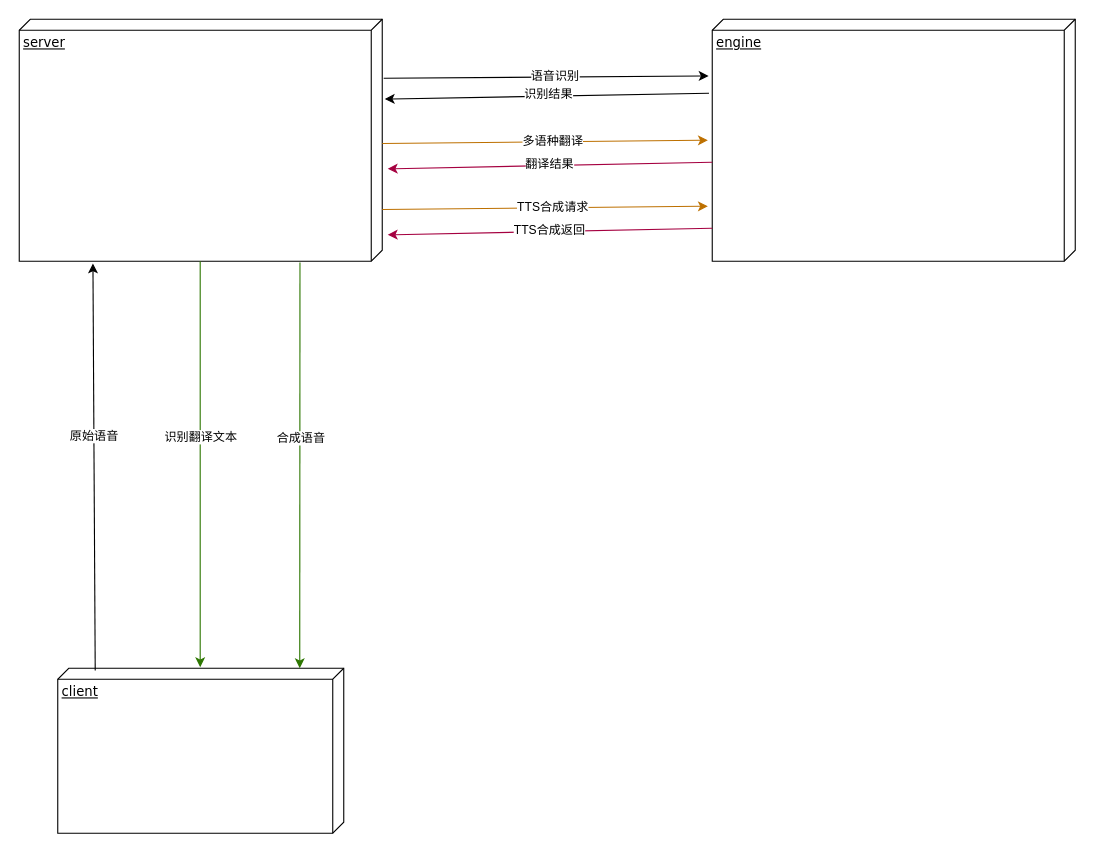
Above: Untitled Diagram.drawio in zouaihua/mjob (draw.io), before the change. Source tidied: cells renumbered, new cells numbered last; positions are measured from the earlier drawing's top-left corner, leaving out a move shared by most shapes. Both pictures are drawn from the tidied source at 110%, with x=0, y=0 at pixel (19, 19).
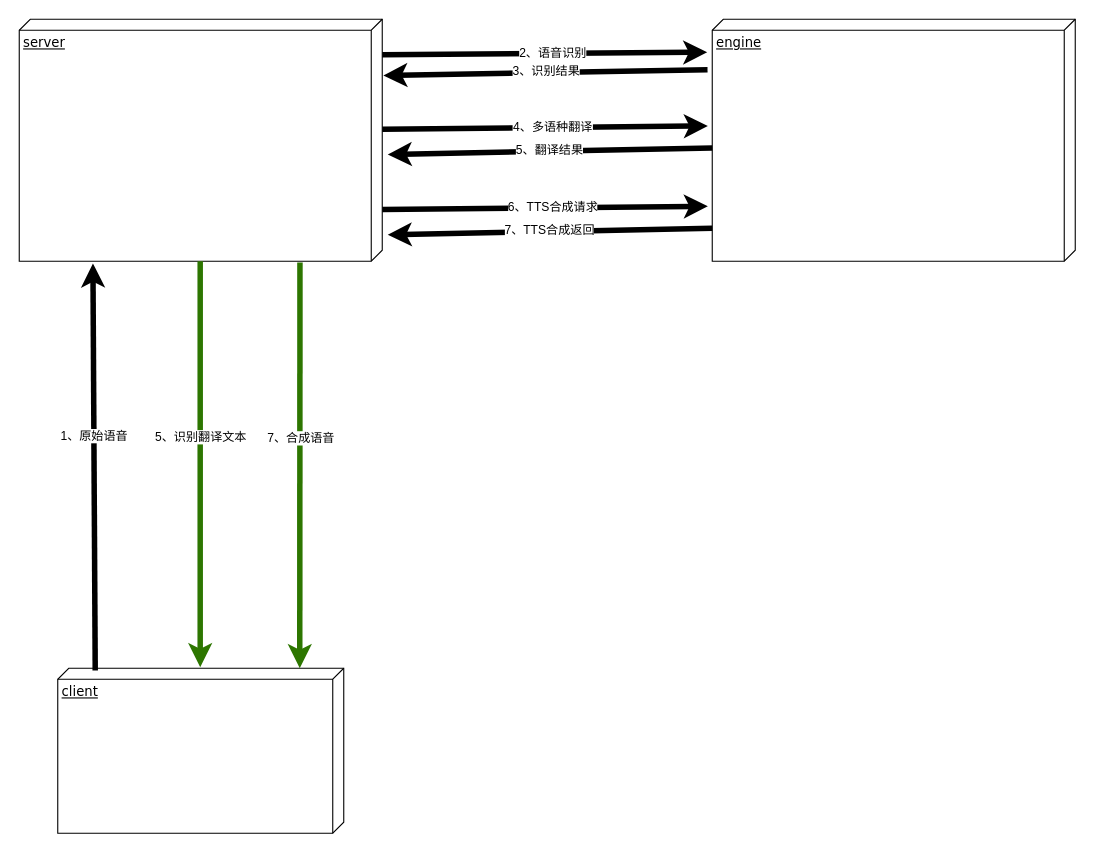
The same page after the edit.

Unchanged cells that the change refers to:
```xml
<mxCell id="2" value="server" style="verticalAlign=top;align=left;spacingTop=8;spacingLeft=2;spacingRight=12;shape=cube;size=10;direction=south;fontStyle=4;html=1;rounded=0;shadow=0;comic=0;labelBackgroundColor=none;strokeWidth=1;fontFamily=Verdana;fontSize=12;" parent="1" vertex="1">
  <mxGeometry width="330" height="220" as="geometry" />
</mxCell>
<mxCell id="3" value="client" style="verticalAlign=top;align=left;spacingTop=8;spacingLeft=2;spacingRight=12;shape=cube;size=10;direction=south;fontStyle=4;html=1;rounded=0;shadow=0;comic=0;labelBackgroundColor=none;strokeWidth=1;fontFamily=Verdana;fontSize=12;" parent="1" vertex="1">
  <mxGeometry x="35" y="590" width="260" height="150" as="geometry" />
</mxCell>
<mxCell id="10" value="engine" style="verticalAlign=top;align=left;spacingTop=8;spacingLeft=2;spacingRight=12;shape=cube;size=10;direction=south;fontStyle=4;html=1;rounded=0;shadow=0;comic=0;labelBackgroundColor=none;strokeWidth=1;fontFamily=Verdana;fontSize=12;" parent="1" vertex="1">
  <mxGeometry x="630" width="330" height="220" as="geometry" />
</mxCell>
```

Diff of the diagram source:
```diff
@@
-    <mxCell id="4" style="endArrow=classic;html=1;rounded=0;exitX=0.013;exitY=0.869;exitDx=0;exitDy=0;exitPerimeter=0;entryX=1.009;entryY=0.797;entryDx=0;entryDy=0;entryPerimeter=0;" parent="1" edge="1" source="3" target="2">
+    <mxCell id="4" style="endArrow=classic;html=1;rounded=0;exitX=0.013;exitY=0.869;exitDx=0;exitDy=0;exitPerimeter=0;entryX=1.009;entryY=0.797;entryDx=0;entryDy=0;entryPerimeter=0;strokeWidth=5;" parent="1" edge="1" source="3" target="2">
       <mxGeometry relative="1" as="geometry" />
     </mxCell>
-    <mxCell id="5" value="原始语音" style="edgeLabel;html=1;align=center;verticalAlign=middle;" parent="4" vertex="1">
+    <mxCell id="5" value="1、原始语音" style="edgeLabel;html=1;align=center;verticalAlign=middle;" parent="4" vertex="1">
       <mxGeometry x="0.62" relative="1" as="geometry">
         <mxPoint y="87" as="offset" />
       </mxGeometry>
     </mxCell>
-    <mxCell id="6" style="endArrow=classic;html=1;rounded=0;exitX=1.014;exitY=0.345;exitDx=0;exitDy=0;exitPerimeter=0;entryX=0.013;entryY=0.304;entryDx=0;entryDy=0;entryPerimeter=0;strokeColor=#2D7600;fillColor=#60a917;" parent="1" edge="1">
+    <mxCell id="6" style="endArrow=classic;html=1;rounded=0;exitX=1.014;exitY=0.345;exitDx=0;exitDy=0;exitPerimeter=0;entryX=0.013;entryY=0.304;entryDx=0;entryDy=0;entryPerimeter=0;strokeColor=#2D7600;fillColor=#60a917;strokeWidth=5;" parent="1" edge="1">
       <mxGeometry relative="1" as="geometry">
         <mxPoint x="255.2" y="221.1" as="sourcePoint" />
         <mxPoint x="255" y="590" as="targetPoint" />
       </mxGeometry>
     </mxCell>
-    <mxCell id="7" value="合成语音" style="edgeLabel;html=1;align=center;verticalAlign=middle;" parent="6" vertex="1">
+    <mxCell id="7" value="7、合成语音" style="edgeLabel;html=1;align=center;verticalAlign=middle;" parent="6" vertex="1">
       <mxGeometry x="-0.14" relative="1" as="geometry" />
     </mxCell>
-    <mxCell id="8" style="endArrow=classic;html=1;rounded=0;exitX=1.014;exitY=0.345;exitDx=0;exitDy=0;exitPerimeter=0;entryX=0.013;entryY=0.304;entryDx=0;entryDy=0;entryPerimeter=0;strokeColor=#2D7600;fillColor=#60a917;" parent="1" edge="1">
+    <mxCell id="8" style="endArrow=classic;html=1;rounded=0;exitX=1.014;exitY=0.345;exitDx=0;exitDy=0;exitPerimeter=0;entryX=0.013;entryY=0.304;entryDx=0;entryDy=0;entryPerimeter=0;strokeColor=#2D7600;fillColor=#60a917;strokeWidth=5;" parent="1" edge="1">
       <mxGeometry relative="1" as="geometry">
         <mxPoint x="164.5" y="220" as="sourcePoint" />
         <mxPoint x="164.5" y="589" as="targetPoint" />
       </mxGeometry>
     </mxCell>
-    <mxCell id="9" value="识别翻译文本" style="edgeLabel;html=1;align=center;verticalAlign=middle;" parent="8" vertex="1">
+    <mxCell id="9" value="5、识别翻译文本" style="edgeLabel;html=1;align=center;verticalAlign=middle;" parent="8" vertex="1">
       <mxGeometry x="-0.14" relative="1" as="geometry" />
     </mxCell>
@@
-    <mxCell id="11" style="endArrow=classic;html=1;rounded=0;entryX=0.234;entryY=1.01;entryDx=0;entryDy=0;entryPerimeter=0;exitX=0.244;exitY=-0.004;exitDx=0;exitDy=0;exitPerimeter=0;" parent="1" edge="1" source="2" target="10">
-      <mxGeometry relative="1" as="geometry" />
+    <mxCell id="11" style="endArrow=classic;html=1;rounded=0;entryX=0.234;entryY=1.01;entryDx=0;entryDy=0;entryPerimeter=0;exitX=0.244;exitY=-0.004;exitDx=0;exitDy=0;exitPerimeter=0;strokeWidth=5;" parent="1" edge="1">
+      <mxGeometry relative="1" as="geometry">
+        <mxPoint x="330" y="32.2" as="sourcePoint" />
+        <mxPoint x="625.4" y="30" as="targetPoint" />
+      </mxGeometry>
     </mxCell>
-    <mxCell id="12" value="语音识别" style="edgeLabel;html=1;align=center;verticalAlign=middle;" parent="11" vertex="1">
+    <mxCell id="12" value="2、语音识别" style="edgeLabel;html=1;align=center;verticalAlign=middle;" parent="11" vertex="1">
       <mxGeometry x="0.05" y="1" relative="1" as="geometry" />
     </mxCell>
-    <mxCell id="13" style="endArrow=classic;html=1;rounded=0;exitX=0.306;exitY=1.009;exitDx=0;exitDy=0;exitPerimeter=0;entryX=0.33;entryY=-0.007;entryDx=0;entryDy=0;entryPerimeter=0;" parent="1" edge="1" source="10" target="2">
-      <mxGeometry relative="1" as="geometry" />
+    <mxCell id="13" style="endArrow=classic;html=1;rounded=0;exitX=0.306;exitY=1.009;exitDx=0;exitDy=0;exitPerimeter=0;entryX=0.33;entryY=-0.007;entryDx=0;entryDy=0;entryPerimeter=0;strokeWidth=5;" parent="1" edge="1">
+      <mxGeometry relative="1" as="geometry">
+        <mxPoint x="625.7" y="45.8" as="sourcePoint" />
+        <mxPoint x="331" y="51.1" as="targetPoint" />
+      </mxGeometry>
     </mxCell>
-    <mxCell id="14" value="识别结果" style="edgeLabel;html=1;align=center;verticalAlign=middle;" parent="13" vertex="1">
+    <mxCell id="14" value="3、识别结果" style="edgeLabel;html=1;align=center;verticalAlign=middle;" parent="13" vertex="1">
       <mxGeometry y="-2" relative="1" as="geometry" />
     </mxCell>
-    <mxCell id="15" style="endArrow=classic;html=1;rounded=0;entryX=0.234;entryY=1.01;entryDx=0;entryDy=0;entryPerimeter=0;exitX=0.244;exitY=-0.004;exitDx=0;exitDy=0;exitPerimeter=0;fillColor=#f0a30a;strokeColor=#BD7000;" parent="1" edge="1">
+    <mxCell id="15" style="endArrow=classic;html=1;rounded=0;entryX=0.234;entryY=1.01;entryDx=0;entryDy=0;entryPerimeter=0;exitX=0.244;exitY=-0.004;exitDx=0;exitDy=0;exitPerimeter=0;fillColor=#f0a30a;strokeColor=#000000;strokeWidth=5;" parent="1" edge="1">
       <mxGeometry relative="1" as="geometry">
-        <mxPoint x="330" y="113" as="sourcePoint" />
-        <mxPoint x="626" y="110" as="targetPoint" />
+        <mxPoint x="330" y="100" as="sourcePoint" />
+        <mxPoint x="626" y="97" as="targetPoint" />
       </mxGeometry>
     </mxCell>
-    <mxCell id="16" value="多语种翻译" style="edgeLabel;html=1;align=center;verticalAlign=middle;" parent="15" vertex="1">
+    <mxCell id="16" value="4、多语种翻译" style="edgeLabel;html=1;align=center;verticalAlign=middle;" parent="15" vertex="1">
       <mxGeometry x="0.05" y="1" relative="1" as="geometry" />
     </mxCell>
-    <mxCell id="17" style="endArrow=classic;html=1;rounded=0;exitX=0.306;exitY=1.009;exitDx=0;exitDy=0;exitPerimeter=0;entryX=0.33;entryY=-0.007;entryDx=0;entryDy=0;entryPerimeter=0;fillColor=#d80073;strokeColor=#A50040;" parent="1" edge="1">
+    <mxCell id="17" style="endArrow=classic;html=1;rounded=0;exitX=0.306;exitY=1.009;exitDx=0;exitDy=0;exitPerimeter=0;entryX=0.33;entryY=-0.007;entryDx=0;entryDy=0;entryPerimeter=0;fillColor=#d80073;strokeColor=#000000;strokeWidth=5;" parent="1" edge="1">
       <mxGeometry relative="1" as="geometry">
-        <mxPoint x="630" y="130" as="sourcePoint" />
-        <mxPoint x="335" y="136" as="targetPoint" />
+        <mxPoint x="630" y="117" as="sourcePoint" />
+        <mxPoint x="335" y="123" as="targetPoint" />
       </mxGeometry>
     </mxCell>
-    <mxCell id="18" value="翻译结果" style="edgeLabel;html=1;align=center;verticalAlign=middle;" parent="17" vertex="1">
+    <mxCell id="18" value="5、翻译结果" style="edgeLabel;html=1;align=center;verticalAlign=middle;" parent="17" vertex="1">
       <mxGeometry y="-2" relative="1" as="geometry" />
     </mxCell>
-    <mxCell id="19" style="endArrow=classic;html=1;rounded=0;entryX=0.234;entryY=1.01;entryDx=0;entryDy=0;entryPerimeter=0;exitX=0.244;exitY=-0.004;exitDx=0;exitDy=0;exitPerimeter=0;fillColor=#f0a30a;strokeColor=#BD7000;" parent="1" edge="1">
+    <mxCell id="19" style="endArrow=classic;html=1;rounded=0;entryX=0.234;entryY=1.01;entryDx=0;entryDy=0;entryPerimeter=0;exitX=0.244;exitY=-0.004;exitDx=0;exitDy=0;exitPerimeter=0;fillColor=#f0a30a;strokeColor=#000000;strokeWidth=5;" parent="1" edge="1">
       <mxGeometry relative="1" as="geometry">
         <mxPoint x="330" y="173" as="sourcePoint" />
         <mxPoint x="626" y="170" as="targetPoint" />
       </mxGeometry>
     </mxCell>
-    <mxCell id="20" value="TTS合成请求" style="edgeLabel;html=1;align=center;verticalAlign=middle;" parent="19" vertex="1">
+    <mxCell id="20" value="6、TTS合成请求" style="edgeLabel;html=1;align=center;verticalAlign=middle;" parent="19" vertex="1">
       <mxGeometry x="0.05" y="1" relative="1" as="geometry" />
     </mxCell>
-    <mxCell id="21" style="endArrow=classic;html=1;rounded=0;exitX=0.306;exitY=1.009;exitDx=0;exitDy=0;exitPerimeter=0;entryX=0.33;entryY=-0.007;entryDx=0;entryDy=0;entryPerimeter=0;fillColor=#d80073;strokeColor=#A50040;" parent="1" edge="1">
+    <mxCell id="21" style="endArrow=classic;html=1;rounded=0;exitX=0.306;exitY=1.009;exitDx=0;exitDy=0;exitPerimeter=0;entryX=0.33;entryY=-0.007;entryDx=0;entryDy=0;entryPerimeter=0;fillColor=#d80073;strokeColor=#000000;strokeWidth=5;" parent="1" edge="1">
       <mxGeometry relative="1" as="geometry">
         <mxPoint x="630" y="190" as="sourcePoint" />
         <mxPoint x="335" y="196" as="targetPoint" />
       </mxGeometry>
     </mxCell>
-    <mxCell id="22" value="TTS合成返回" style="edgeLabel;html=1;align=center;verticalAlign=middle;" parent="21" vertex="1">
+    <mxCell id="22" value="7、TTS合成返回" style="edgeLabel;html=1;align=center;verticalAlign=middle;" parent="21" vertex="1">
       <mxGeometry y="-2" relative="1" as="geometry" />
     </mxCell>
```
